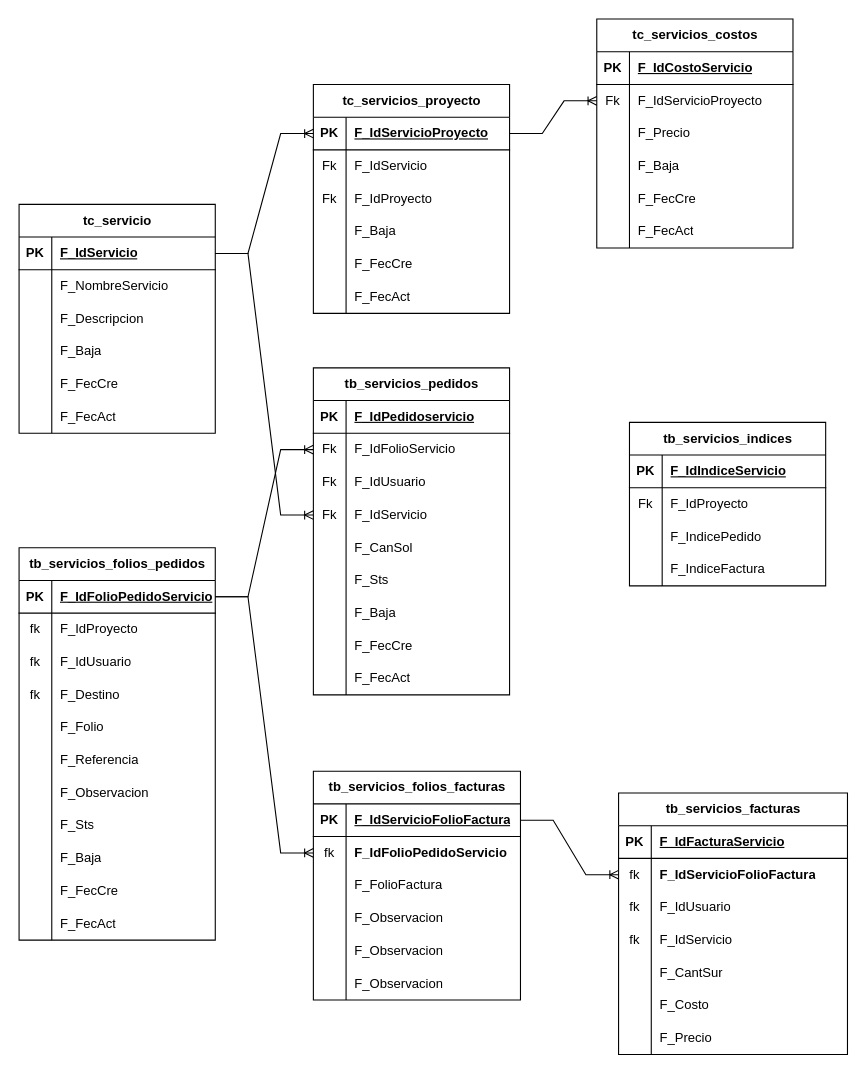
The draw.io diagram RemisionesServiciosWms.drawio in ErnestoDanielTafoyaMolinaCYM/clases-cat-cym, before the edit. Source tidied: cells renumbered, new cells numbered last; positions are measured from the earlier drawing's top-left corner, leaving out a move shared by most shapes. Both pictures are drawn from the tidied source at 109%, with x=0, y=0 at pixel (19, 19).
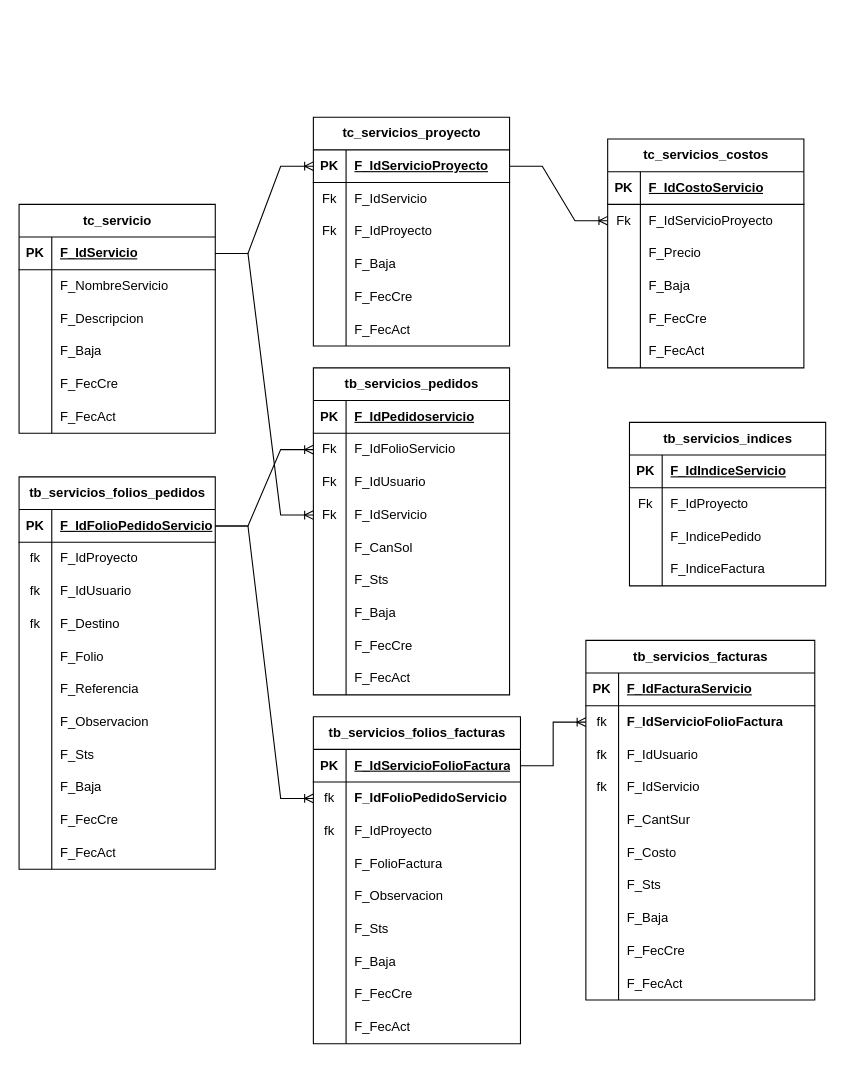
The same page after the edit.

The change refers to these unchanged cells:
```xml
<mxCell id="89" style="shape=tableRow;horizontal=0;startSize=0;swimlaneHead=0;swimlaneBody=0;fillColor=none;top=0;left=0;right=0;bottom=0;" parent="70" vertex="1">
  <mxGeometry y="210" width="210" height="30" as="geometry" />
</mxCell>
```

The edit, as a diff of the source:
```diff
@@
     <mxCell id="21" value="tc_servicios_proyecto" style="shape=table;startSize=30;childLayout=tableLayout;rowLines=0;fontStyle=1;align=center;html=1;" parent="1" vertex="1">
-      <mxGeometry x="270" y="60" width="180" height="210" as="geometry" />
+      <mxGeometry x="270" y="90" width="180" height="210" as="geometry" />
     </mxCell>
@@
     <mxCell id="70" value="tb_servicios_facturas" style="shape=table;startSize=30;childLayout=tableLayout;rowLines=0;fontStyle=1;align=center;html=1;" parent="1" vertex="1">
-      <mxGeometry x="550" y="710" width="210" height="240" as="geometry" />
+      <mxGeometry x="520" y="570" width="210" height="330" as="geometry" />
     </mxCell>
@@
-    <mxCell id="91" value="F_Precio" style="shape=partialRectangle;fillColor=none;top=0;left=0;bottom=0;right=0;align=left;spacingLeft=6;overflow=hidden;whiteSpace=wrap;html=1;" parent="89" vertex="1">
+    <mxCell id="91" value="F_Sts" style="shape=partialRectangle;fillColor=none;top=0;left=0;bottom=0;right=0;align=left;spacingLeft=6;overflow=hidden;whiteSpace=wrap;html=1;" parent="89" vertex="1">
       <mxGeometry x="30" width="180" height="30" as="geometry" />
     </mxCell>
+    <mxCell id="181" style="shape=tableRow;horizontal=0;startSize=0;swimlaneHead=0;swimlaneBody=0;fillColor=none;top=0;left=0;right=0;bottom=0;" parent="70" vertex="1">
+      <mxGeometry y="240" width="210" height="30" as="geometry" />
+    </mxCell>
+    <mxCell id="182" style="shape=partialRectangle;fillColor=none;top=0;left=0;bottom=0;right=0;overflow=hidden;whiteSpace=wrap;html=1;" parent="181" vertex="1">
+      <mxGeometry width="30" height="30" as="geometry" />
+    </mxCell>
+    <mxCell id="183" value="F_Baja" style="shape=partialRectangle;fillColor=none;top=0;left=0;bottom=0;right=0;align=left;spacingLeft=6;overflow=hidden;whiteSpace=wrap;html=1;" parent="181" vertex="1">
+      <mxGeometry x="30" width="180" height="30" as="geometry" />
+    </mxCell>
+    <mxCell id="184" style="shape=tableRow;horizontal=0;startSize=0;swimlaneHead=0;swimlaneBody=0;fillColor=none;top=0;left=0;right=0;bottom=0;" parent="70" vertex="1">
+      <mxGeometry y="270" width="210" height="30" as="geometry" />
+    </mxCell>
+    <mxCell id="185" style="shape=partialRectangle;fillColor=none;top=0;left=0;bottom=0;right=0;overflow=hidden;whiteSpace=wrap;html=1;" parent="184" vertex="1">
+      <mxGeometry width="30" height="30" as="geometry" />
+    </mxCell>
+    <mxCell id="186" value="F_FecCre" style="shape=partialRectangle;fillColor=none;top=0;left=0;bottom=0;right=0;align=left;spacingLeft=6;overflow=hidden;whiteSpace=wrap;html=1;" parent="184" vertex="1">
+      <mxGeometry x="30" width="180" height="30" as="geometry" />
+    </mxCell>
+    <mxCell id="187" style="shape=tableRow;horizontal=0;startSize=0;swimlaneHead=0;swimlaneBody=0;fillColor=none;top=0;left=0;right=0;bottom=0;" parent="70" vertex="1">
+      <mxGeometry y="300" width="210" height="30" as="geometry" />
+    </mxCell>
+    <mxCell id="188" style="shape=partialRectangle;fillColor=none;top=0;left=0;bottom=0;right=0;overflow=hidden;whiteSpace=wrap;html=1;" parent="187" vertex="1">
+      <mxGeometry width="30" height="30" as="geometry" />
+    </mxCell>
+    <mxCell id="189" value="F_FecAct" style="shape=partialRectangle;fillColor=none;top=0;left=0;bottom=0;right=0;align=left;spacingLeft=6;overflow=hidden;whiteSpace=wrap;html=1;" parent="187" vertex="1">
+      <mxGeometry x="30" width="180" height="30" as="geometry" />
+    </mxCell>
     <mxCell id="92" value="tb_servicios_folios_pedidos" style="shape=table;startSize=30;childLayout=tableLayout;rowLines=0;fontStyle=1;align=center;html=1;" parent="1" vertex="1">
-      <mxGeometry y="485" width="180" height="360" as="geometry" />
+      <mxGeometry y="420" width="180" height="360" as="geometry" />
     </mxCell>
@@
     <mxCell id="127" value="tc_servicios_costos" style="shape=table;startSize=30;childLayout=tableLayout;rowLines=0;fontStyle=1;align=center;html=1;" parent="1" vertex="1">
-      <mxGeometry x="530" width="180" height="210" as="geometry" />
+      <mxGeometry x="540" y="110" width="180" height="210" as="geometry" />
     </mxCell>
@@
     <mxCell id="159" value="tb_servicios_folios_facturas" style="shape=table;startSize=30;childLayout=tableLayout;rowLines=0;fontStyle=1;align=center;html=1;" parent="1" vertex="1">
-      <mxGeometry x="270" y="690" width="190" height="210" as="geometry" />
+      <mxGeometry x="270" y="640" width="190" height="300" as="geometry" />
     </mxCell>
@@
+    <mxCell id="190" style="shape=tableRow;horizontal=0;startSize=0;swimlaneHead=0;swimlaneBody=0;fillColor=none;top=0;left=0;right=0;bottom=0;" parent="159" vertex="1">
+      <mxGeometry y="90" width="190" height="30" as="geometry" />
+    </mxCell>
+    <mxCell id="191" value="fk" style="shape=partialRectangle;fillColor=none;top=0;left=0;bottom=0;right=0;overflow=hidden;whiteSpace=wrap;html=1;" parent="190" vertex="1">
+      <mxGeometry width="30" height="30" as="geometry" />
+    </mxCell>
+    <mxCell id="192" value="F_IdProyecto" style="shape=partialRectangle;fillColor=none;top=0;left=0;bottom=0;right=0;align=left;spacingLeft=6;overflow=hidden;whiteSpace=wrap;html=1;" parent="190" vertex="1">
+      <mxGeometry x="30" width="160" height="30" as="geometry" />
+    </mxCell>
     <mxCell id="166" style="shape=tableRow;horizontal=0;startSize=0;swimlaneHead=0;swimlaneBody=0;fillColor=none;top=0;left=0;right=0;bottom=0;" parent="159" vertex="1">
-      <mxGeometry y="90" width="190" height="30" as="geometry" />
+      <mxGeometry y="120" width="190" height="30" as="geometry" />
     </mxCell>
@@
     <mxCell id="169" style="shape=tableRow;horizontal=0;startSize=0;swimlaneHead=0;swimlaneBody=0;fillColor=none;top=0;left=0;right=0;bottom=0;" parent="159" vertex="1">
-      <mxGeometry y="120" width="190" height="30" as="geometry" />
+      <mxGeometry y="150" width="190" height="30" as="geometry" />
     </mxCell>
@@
     <mxCell id="172" style="shape=tableRow;horizontal=0;startSize=0;swimlaneHead=0;swimlaneBody=0;fillColor=none;top=0;left=0;right=0;bottom=0;" parent="159" vertex="1">
-      <mxGeometry y="150" width="190" height="30" as="geometry" />
+      <mxGeometry y="180" width="190" height="30" as="geometry" />
     </mxCell>
@@
-    <mxCell id="174" value="F_Observacion" style="shape=partialRectangle;fillColor=none;top=0;left=0;bottom=0;right=0;align=left;spacingLeft=6;overflow=hidden;whiteSpace=wrap;html=1;" parent="172" vertex="1">
+    <mxCell id="174" value="F_Sts" style="shape=partialRectangle;fillColor=none;top=0;left=0;bottom=0;right=0;align=left;spacingLeft=6;overflow=hidden;whiteSpace=wrap;html=1;" parent="172" vertex="1">
       <mxGeometry x="30" width="160" height="30" as="geometry" />
     </mxCell>
     <mxCell id="175" style="shape=tableRow;horizontal=0;startSize=0;swimlaneHead=0;swimlaneBody=0;fillColor=none;top=0;left=0;right=0;bottom=0;" parent="159" vertex="1">
-      <mxGeometry y="180" width="190" height="30" as="geometry" />
+      <mxGeometry y="210" width="190" height="30" as="geometry" />
     </mxCell>
@@
-    <mxCell id="177" value="F_Observacion" style="shape=partialRectangle;fillColor=none;top=0;left=0;bottom=0;right=0;align=left;spacingLeft=6;overflow=hidden;whiteSpace=wrap;html=1;" parent="175" vertex="1">
+    <mxCell id="177" value="F_Baja" style="shape=partialRectangle;fillColor=none;top=0;left=0;bottom=0;right=0;align=left;spacingLeft=6;overflow=hidden;whiteSpace=wrap;html=1;" parent="175" vertex="1">
       <mxGeometry x="30" width="160" height="30" as="geometry" />
     </mxCell>
+    <mxCell id="193" style="shape=tableRow;horizontal=0;startSize=0;swimlaneHead=0;swimlaneBody=0;fillColor=none;top=0;left=0;right=0;bottom=0;" parent="159" vertex="1">
+      <mxGeometry y="240" width="190" height="30" as="geometry" />
+    </mxCell>
+    <mxCell id="194" style="shape=partialRectangle;fillColor=none;top=0;left=0;bottom=0;right=0;overflow=hidden;whiteSpace=wrap;html=1;" parent="193" vertex="1">
+      <mxGeometry width="30" height="30" as="geometry" />
+    </mxCell>
+    <mxCell id="195" value="F_FecCre" style="shape=partialRectangle;fillColor=none;top=0;left=0;bottom=0;right=0;align=left;spacingLeft=6;overflow=hidden;whiteSpace=wrap;html=1;" parent="193" vertex="1">
+      <mxGeometry x="30" width="160" height="30" as="geometry" />
+    </mxCell>
+    <mxCell id="196" style="shape=tableRow;horizontal=0;startSize=0;swimlaneHead=0;swimlaneBody=0;fillColor=none;top=0;left=0;right=0;bottom=0;" parent="159" vertex="1">
+      <mxGeometry y="270" width="190" height="30" as="geometry" />
+    </mxCell>
+    <mxCell id="197" style="shape=partialRectangle;fillColor=none;top=0;left=0;bottom=0;right=0;overflow=hidden;whiteSpace=wrap;html=1;" parent="196" vertex="1">
+      <mxGeometry width="30" height="30" as="geometry" />
+    </mxCell>
+    <mxCell id="198" value="F_FecAct" style="shape=partialRectangle;fillColor=none;top=0;left=0;bottom=0;right=0;align=left;spacingLeft=6;overflow=hidden;whiteSpace=wrap;html=1;" parent="196" vertex="1">
+      <mxGeometry x="30" width="160" height="30" as="geometry" />
+    </mxCell>
```
